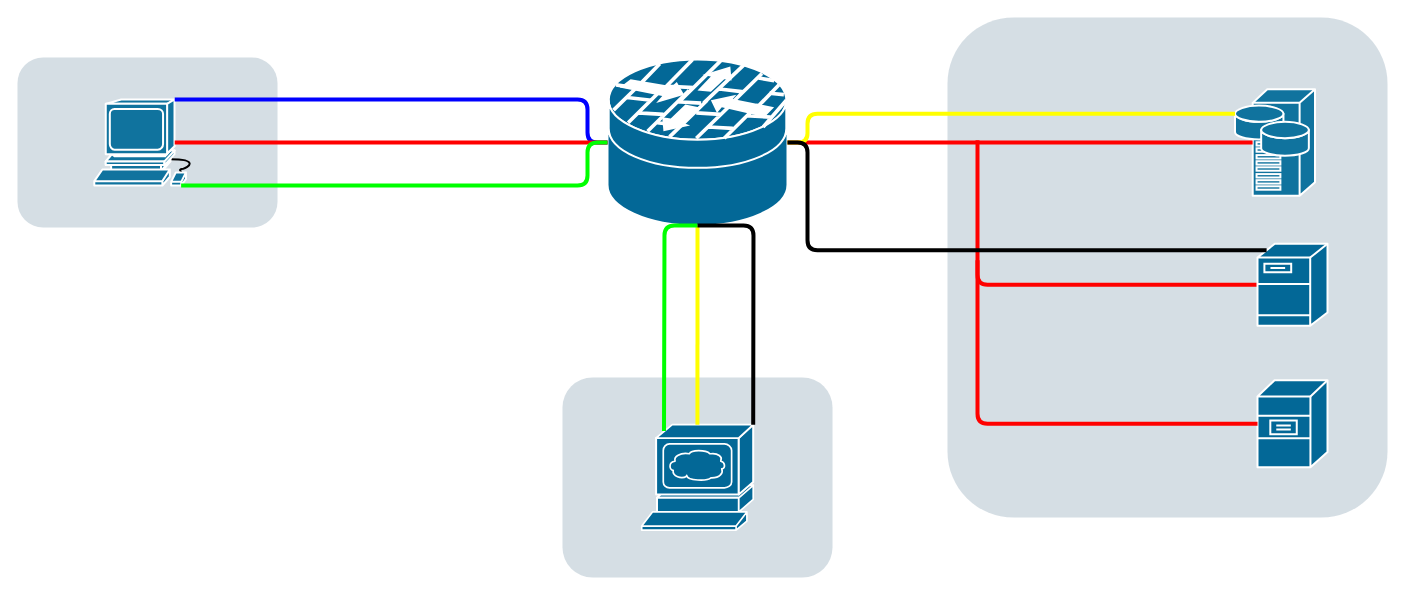
appseclabepfl/project keeps this draw.io diagram as firewall_conn_diagram.drawio. Above is the earlier version. Source tidied: cells renumbered, new cells numbered last; positions are measured from the earlier drawing's top-left corner, leaving out a move shared by most shapes. Both pictures are drawn from the tidied source at 100%, with x=0, y=0 at pixel (17, 17).
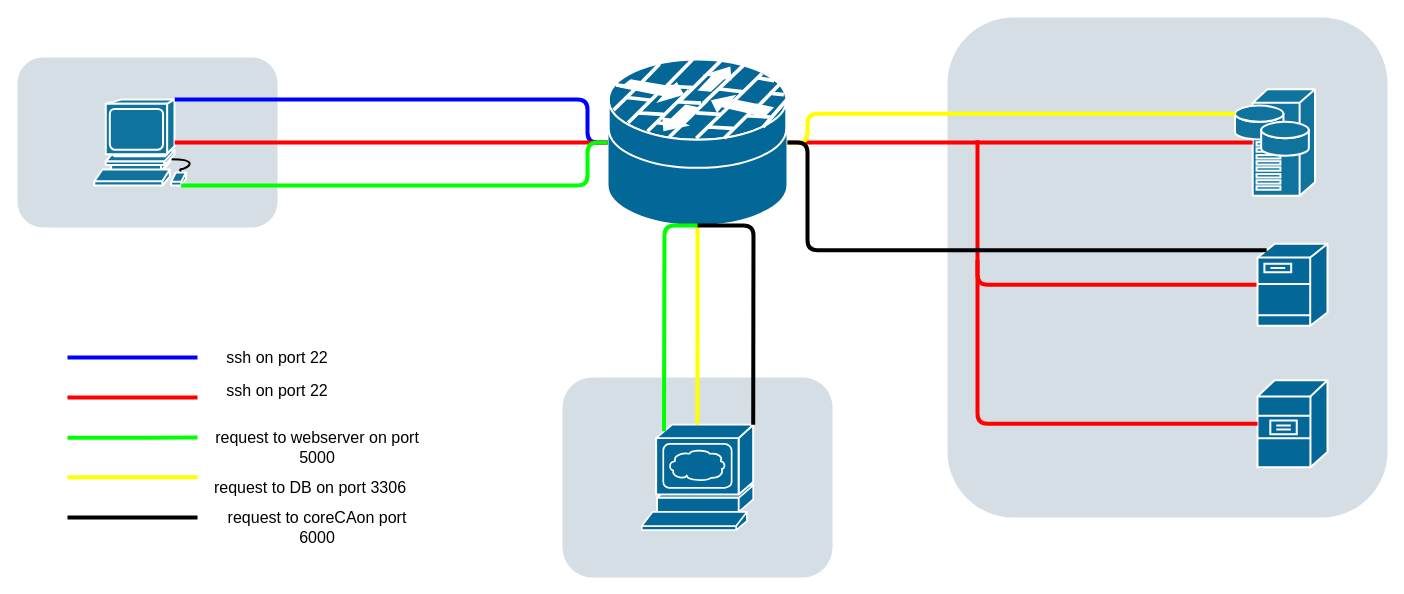
The same diagram, later.

Commit message:
Annotated connections in diagram

Diff of the diagram source:
```diff
@@
+    <mxCell id="22" style="edgeStyle=elbowEdgeStyle;elbow=horizontal;endArrow=none;html=1;endFill=0;strokeWidth=4;rounded=1;fontColor=#FF0000;fillColor=#6a00ff;exitX=0.755;exitY=0;exitDx=0;exitDy=0;strokeColor=#0000ff;exitPerimeter=0;" parent="1" edge="1">
+      <mxGeometry relative="1" as="geometry">
+        <mxPoint x="50" y="340" as="sourcePoint" />
+        <mxPoint x="180" y="340" as="targetPoint" />
+        <Array as="points">
+          <mxPoint x="180" y="340" />
+          <mxPoint x="149.8" y="341.6" />
+        </Array>
+      </mxGeometry>
+    </mxCell>
+    <mxCell id="23" style="edgeStyle=elbowEdgeStyle;elbow=horizontal;endArrow=none;html=1;endFill=0;strokeWidth=4;rounded=1;fontColor=#FF0000;fillColor=#e51400;exitX=0.755;exitY=0.5;exitDx=0;exitDy=0;strokeColor=#FF0000;exitPerimeter=0;" parent="1" edge="1">
+      <mxGeometry relative="1" as="geometry">
+        <mxPoint x="50" y="380" as="sourcePoint" />
+        <mxPoint x="180" y="380" as="targetPoint" />
+      </mxGeometry>
+    </mxCell>
+    <mxCell id="24" style="edgeStyle=elbowEdgeStyle;elbow=horizontal;endArrow=none;html=1;endFill=0;strokeWidth=4;rounded=1;fontColor=#FF0000;fillColor=#e3c800;exitX=0.815;exitY=1;exitDx=0;exitDy=0;strokeColor=#00ff00;exitPerimeter=0;" parent="1" edge="1">
+      <mxGeometry relative="1" as="geometry">
+        <mxPoint x="50" y="420.2" as="sourcePoint" />
+        <mxPoint x="180" y="420" as="targetPoint" />
+      </mxGeometry>
+    </mxCell>
+    <mxCell id="25" style="edgeStyle=elbowEdgeStyle;elbow=horizontal;endArrow=none;html=1;endFill=0;strokeWidth=4;rounded=1;fontColor=#FF0000;fillColor=#cdeb8b;entryX=0.5;entryY=1;entryDx=0;entryDy=0;entryPerimeter=0;strokeColor=#FFFF00;" parent="1" edge="1">
+      <mxGeometry relative="1" as="geometry">
+        <mxPoint x="180" y="459.7" as="sourcePoint" />
+        <mxPoint x="50" y="459.4" as="targetPoint" />
+        <Array as="points">
+          <mxPoint x="50" y="581.4" />
+          <mxPoint x="20" y="541.4" />
+          <mxPoint x="10" y="561.4" />
+          <mxPoint x="50" y="571.4" />
+          <mxPoint x="70" y="581.4" />
+        </Array>
+      </mxGeometry>
+    </mxCell>
+    <mxCell id="26" style="edgeStyle=elbowEdgeStyle;elbow=horizontal;endArrow=none;html=1;endFill=0;strokeWidth=4;rounded=1;fontColor=#FF0000;entryX=1;entryY=0.5;entryDx=0;entryDy=0;entryPerimeter=0;" parent="1" edge="1">
+      <mxGeometry relative="1" as="geometry">
+        <mxPoint x="180" y="500" as="sourcePoint" />
+        <mxPoint x="50" y="500" as="targetPoint" />
+        <Array as="points">
+          <mxPoint x="70" y="535" />
+          <mxPoint x="90" y="797" />
+          <mxPoint x="60" y="757" />
+          <mxPoint x="50" y="777" />
+          <mxPoint x="90" y="787" />
+          <mxPoint x="110" y="797" />
+        </Array>
+      </mxGeometry>
+    </mxCell>
+    <mxCell id="27" value="&lt;font style=&quot;font-size: 16px&quot;&gt;ssh on port 22&lt;/font&gt;" style="text;html=1;strokeColor=none;fillColor=none;align=center;verticalAlign=middle;whiteSpace=wrap;rounded=0;" parent="1" vertex="1">
+      <mxGeometry x="200" y="330" width="120" height="20" as="geometry" />
+    </mxCell>
+    <mxCell id="28" value="&lt;font style=&quot;font-size: 16px&quot;&gt;ssh on port 22&lt;/font&gt;" style="text;html=1;strokeColor=none;fillColor=none;align=center;verticalAlign=middle;whiteSpace=wrap;rounded=0;" parent="1" vertex="1">
+      <mxGeometry x="200" y="362.8" width="120" height="20" as="geometry" />
+    </mxCell>
+    <mxCell id="29" value="&lt;font style=&quot;font-size: 16px&quot;&gt;request to webserver on port 5000&lt;/font&gt;" style="text;html=1;strokeColor=none;fillColor=none;align=center;verticalAlign=middle;whiteSpace=wrap;rounded=0;" parent="1" vertex="1">
+      <mxGeometry x="190" y="420" width="220" height="20" as="geometry" />
+    </mxCell>
+    <mxCell id="30" value="&lt;font style=&quot;font-size: 16px&quot;&gt;request to DB on port 3306&lt;/font&gt;" style="text;html=1;strokeColor=none;fillColor=none;align=center;verticalAlign=middle;whiteSpace=wrap;rounded=0;" parent="1" vertex="1">
+      <mxGeometry x="183.2" y="460" width="220" height="20" as="geometry" />
+    </mxCell>
+    <mxCell id="31" value="&lt;div style=&quot;font-size: 16px&quot;&gt;&lt;font style=&quot;font-size: 16px&quot;&gt;request to coreCAon port 6000&lt;/font&gt;&lt;/div&gt;" style="text;html=1;strokeColor=none;fillColor=none;align=center;verticalAlign=middle;whiteSpace=wrap;rounded=0;" parent="1" vertex="1">
+      <mxGeometry x="190" y="500" width="220" height="20" as="geometry" />
+    </mxCell>
```
